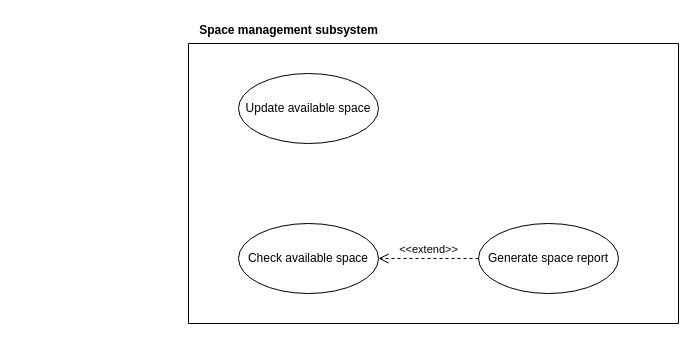
Above: Space checking.drawio in Simamkele88/IFM3_GP (draw.io), before the change. Source tidied: cells renumbered, new cells numbered last; positions are measured from the earlier drawing's top-left corner, leaving out a move shared by most shapes. Both pictures are drawn from the tidied source at 100%, with x=0, y=0 at pixel (188, 17).
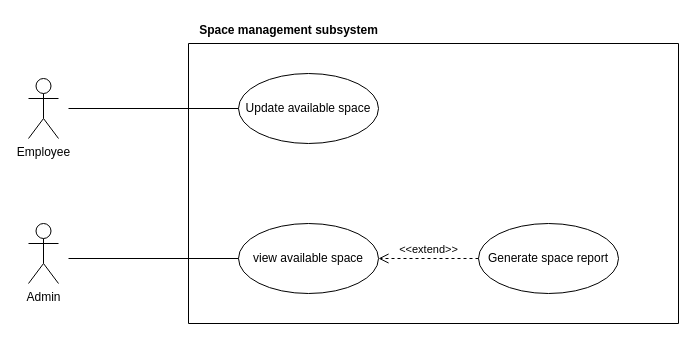
Above is the later version.

What changed in the source:
```diff
@@
 <mxGraphModel>
   <root>
     <mxCell id="0" />
     <mxCell id="1" parent="0" />
     <mxCell id="2" style="swimlane;startSize=0;" parent="1" vertex="1">
       <mxGeometry y="26" width="490" height="280" as="geometry" />
     </mxCell>
-    <mxCell id="3" value="Check available space" style="ellipse;whiteSpace=wrap;html=1;" parent="2" vertex="1">
+    <mxCell id="3" value="view available space" style="ellipse;whiteSpace=wrap;html=1;" parent="2" vertex="1">
       <mxGeometry x="50" y="180" width="140" height="70" as="geometry" />
     </mxCell>
     <mxCell id="4" value="Generate space report" style="ellipse;whiteSpace=wrap;html=1;" parent="2" vertex="1">
       <mxGeometry x="290" y="180" width="140" height="70" as="geometry" />
     </mxCell>
     <mxCell id="5" value="Update available space" style="ellipse;whiteSpace=wrap;html=1;" parent="2" vertex="1">
       <mxGeometry x="50" y="30" width="140" height="70" as="geometry" />
     </mxCell>
     <mxCell id="6" value="&amp;lt;&amp;lt;extend&amp;gt;&amp;gt;" style="html=1;verticalAlign=bottom;endArrow=open;dashed=1;endSize=8;curved=0;rounded=0;entryX=1;entryY=0.5;entryDx=0;entryDy=0;exitX=0;exitY=0.5;exitDx=0;exitDy=0;" parent="2" edge="1" source="4" target="3">
       <mxGeometry relative="1" as="geometry" />
     </mxCell>
     <mxCell id="7" value="Space management subsystem" style="text;align=center;fontStyle=1;verticalAlign=middle;spacingLeft=3;spacingRight=3;strokeColor=none;html=1;" parent="1" vertex="1">
       <mxGeometry x="60" width="80" height="26" as="geometry" />
     </mxCell>
+    <mxCell id="8" value="Employee" style="shape=umlActor;verticalLabelPosition=bottom;verticalAlign=top;html=1;" parent="1" vertex="1">
+      <mxGeometry x="-160" y="61" width="30" height="60" as="geometry" />
+    </mxCell>
+    <mxCell id="9" value="Admin" style="shape=umlActor;verticalLabelPosition=bottom;verticalAlign=top;html=1;" parent="1" vertex="1">
+      <mxGeometry x="-160" y="206" width="30" height="60" as="geometry" />
+    </mxCell>
+    <mxCell id="10" style="endArrow=none;html=1;rounded=0;entryX=0;entryY=0.5;entryDx=0;entryDy=0;" parent="1" edge="1" target="5">
+      <mxGeometry relative="1" as="geometry">
+        <mxPoint x="-120" y="91" as="sourcePoint" />
+      </mxGeometry>
+    </mxCell>
+    <mxCell id="11" style="endArrow=none;html=1;rounded=0;entryX=0;entryY=0.5;entryDx=0;entryDy=0;" parent="1" edge="1" target="3">
+      <mxGeometry relative="1" as="geometry">
+        <mxPoint x="-120" y="241" as="sourcePoint" />
+      </mxGeometry>
+    </mxCell>
   </root>
 </mxGraphModel>
```
